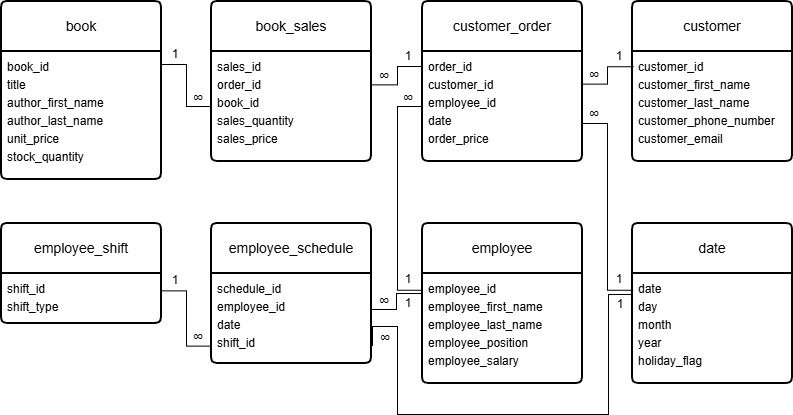
Earlier version of the draw.io export 02_activities/assignments/DC_Cohort/images/Assignment2-Section1-Prompt2.png (song-33/sql). Source tidied: cells renumbered, new cells last; positions are measured from the earlier drawing's top-left corner, leaving out a move shared by most shapes.
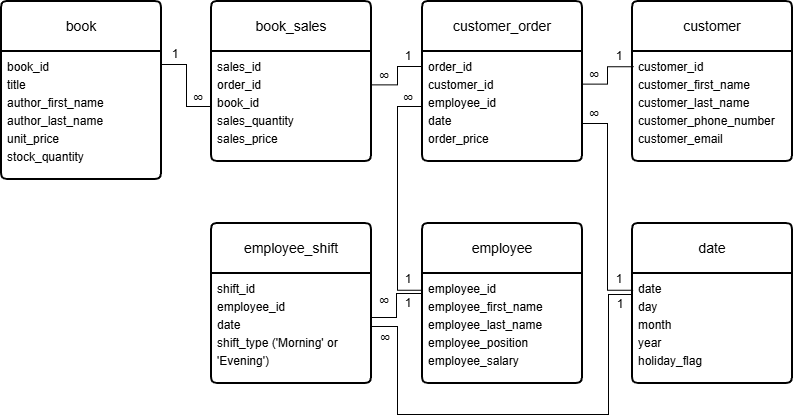
The same diagram one commit later.

Commit message:
modified the second ERD

The edit, as a diff of the source:
```diff
@@ -38,18 +38,12 @@
     <mxCell id="13" value="&lt;div style=&quot;line-height: 150%;&quot;&gt;date&lt;/div&gt;&lt;div style=&quot;line-height: 150%;&quot;&gt;day&lt;/div&gt;&lt;div style=&quot;line-height: 150%;&quot;&gt;month&lt;/div&gt;&lt;div style=&quot;line-height: 150%;&quot;&gt;year&lt;/div&gt;&lt;div style=&quot;line-height: 150%;&quot;&gt;holiday_flag&lt;/div&gt;" style="align=left;strokeColor=none;fillColor=none;spacingLeft=4;spacingRight=4;fontSize=12;verticalAlign=top;html=1;whiteSpace=wrap;" parent="12" vertex="1">
       <mxGeometry y="50" width="160" height="110" as="geometry" />
     </mxCell>
-    <mxCell id="14" value="employee_schedule" style="swimlane;horizontal=1;startSize=50;rounded=1;fontSize=14;fontStyle=0;strokeWidth=2;shadow=0;dashed=0;align=center;arcSize=4;whiteSpace=wrap;html=1;" parent="1" vertex="1">
-      <mxGeometry x="210" y="222" width="160" height="140" as="geometry" />
+    <mxCell id="14" value="employee_shift" style="swimlane;horizontal=1;startSize=50;rounded=1;fontSize=14;fontStyle=0;strokeWidth=2;shadow=0;dashed=0;align=center;arcSize=4;whiteSpace=wrap;html=1;" parent="1" vertex="1">
+      <mxGeometry x="210" y="222" width="160" height="160" as="geometry" />
     </mxCell>
-    <mxCell id="15" value="&lt;div style=&quot;line-height: 150%;&quot;&gt;schedule_id&lt;/div&gt;&lt;div style=&quot;line-height: 150%;&quot;&gt;employee_id&lt;/div&gt;&lt;div style=&quot;line-height: 150%;&quot;&gt;date&lt;/div&gt;&lt;div style=&quot;line-height: 150%;&quot;&gt;shift_id&lt;/div&gt;" style="align=left;strokeColor=none;fillColor=none;spacingLeft=4;spacingRight=4;fontSize=12;verticalAlign=top;html=1;whiteSpace=wrap;" parent="14" vertex="1">
-      <mxGeometry y="50" width="160" height="90" as="geometry" />
+    <mxCell id="15" value="&lt;div style=&quot;line-height: 150%;&quot;&gt;shift_id&lt;/div&gt;&lt;div style=&quot;line-height: 150%;&quot;&gt;employee_id&lt;/div&gt;&lt;div style=&quot;line-height: 150%;&quot;&gt;date&lt;/div&gt;&lt;div style=&quot;line-height: 150%;&quot;&gt;shift_type ('Morning' or 'Evening')&lt;/div&gt;" style="align=left;strokeColor=none;fillColor=none;spacingLeft=4;spacingRight=4;fontSize=12;verticalAlign=top;html=1;whiteSpace=wrap;" parent="14" vertex="1">
+      <mxGeometry y="50" width="160" height="110" as="geometry" />
     </mxCell>
-    <mxCell id="16" value="employee_shift" style="swimlane;horizontal=1;startSize=50;rounded=1;fontSize=14;fontStyle=0;strokeWidth=2;shadow=0;dashed=0;align=center;arcSize=4;whiteSpace=wrap;html=1;" parent="1" vertex="1">
-      <mxGeometry y="222" width="160" height="100" as="geometry" />
-    </mxCell>
-    <mxCell id="17" value="&lt;div style=&quot;line-height: 150%;&quot;&gt;shift_id&lt;/div&gt;&lt;div style=&quot;line-height: 150%;&quot;&gt;shift_type&lt;/div&gt;" style="align=left;strokeColor=none;fillColor=none;spacingLeft=4;spacingRight=4;fontSize=12;verticalAlign=top;html=1;whiteSpace=wrap;" parent="16" vertex="1">
-      <mxGeometry y="50" width="160" height="50" as="geometry" />
-    </mxCell>
     <mxCell id="18" style="edgeStyle=elbowEdgeStyle;elbow=horizontal;endArrow=none;html=1;curved=0;rounded=0;endSize=8;startSize=8;fontSize=12;exitX=1;exitY=0.102;exitDx=0;exitDy=0;exitPerimeter=0;entryX=0;entryY=0.5;entryDx=0;entryDy=0;endFill=0;" parent="1" edge="1" source="3" target="5">
       <mxGeometry relative="1" as="geometry" />
     </mxCell>
@@ -119,19 +113,6 @@
         <mxGeometry x="397" y="85" width="20" height="20" as="geometry" />
       </mxCell>
     </object>
-    <mxCell id="33" style="edgeStyle=elbowEdgeStyle;elbow=horizontal;endArrow=none;html=1;curved=0;rounded=0;endSize=8;startSize=8;fontSize=12;exitX=0.998;exitY=0.347;exitDx=0;exitDy=0;entryX=-0.002;entryY=0.807;entryDx=0;entryDy=0;endFill=0;exitPerimeter=0;entryPerimeter=0;" parent="1" edge="1" source="17" target="15">
-      <mxGeometry relative="1" as="geometry" />
-    </mxCell>
-    <object id="34" label="1" name="Variable" placeholders="1">
-      <mxCell style="text;html=1;strokeColor=none;fillColor=none;align=center;verticalAlign=middle;whiteSpace=wrap;overflow=hidden;" parent="1" vertex="1">
-        <mxGeometry x="164" y="269" width="20" height="20" as="geometry" />
-      </mxCell>
-    </object>
-    <object id="35" label="&lt;font style=&quot;font-size: 15px;&quot;&gt;∞&lt;/font&gt;" name="Variable" placeholders="1">
-      <mxCell style="text;html=1;strokeColor=none;fillColor=none;align=center;verticalAlign=middle;whiteSpace=wrap;overflow=hidden;" parent="1" vertex="1">
-        <mxGeometry x="187" y="324" width="20" height="20" as="geometry" />
-      </mxCell>
-    </object>
     <mxCell id="36" style="edgeStyle=elbowEdgeStyle;elbow=horizontal;endArrow=none;html=1;curved=0;rounded=0;endSize=8;startSize=8;fontSize=12;exitX=0.998;exitY=0.4;exitDx=0;exitDy=0;entryX=0;entryY=0.182;entryDx=0;entryDy=0;endFill=0;exitPerimeter=0;entryPerimeter=0;" parent="1" edge="1" source="15" target="11">
       <mxGeometry relative="1" as="geometry" />
     </mxCell>
@@ -157,7 +138,7 @@
       </mxCell>
     </object>
     <mxCell id="42" style="shape=partialRectangle;whiteSpace=wrap;html=1;bottom=0;right=0;fillColor=none;" parent="1" vertex="1">
-      <mxGeometry x="371" y="325" width="25" height="19" as="geometry" />
+      <mxGeometry x="370" y="325" width="26" height="19" as="geometry" />
     </mxCell>
     <object id="43" label="&lt;font style=&quot;font-size: 15px;&quot;&gt;∞&lt;/font&gt;" name="Variable" placeholders="1">
       <mxCell style="text;html=1;strokeColor=none;fillColor=none;align=center;verticalAlign=middle;whiteSpace=wrap;overflow=hidden;" parent="1" vertex="1">
```
